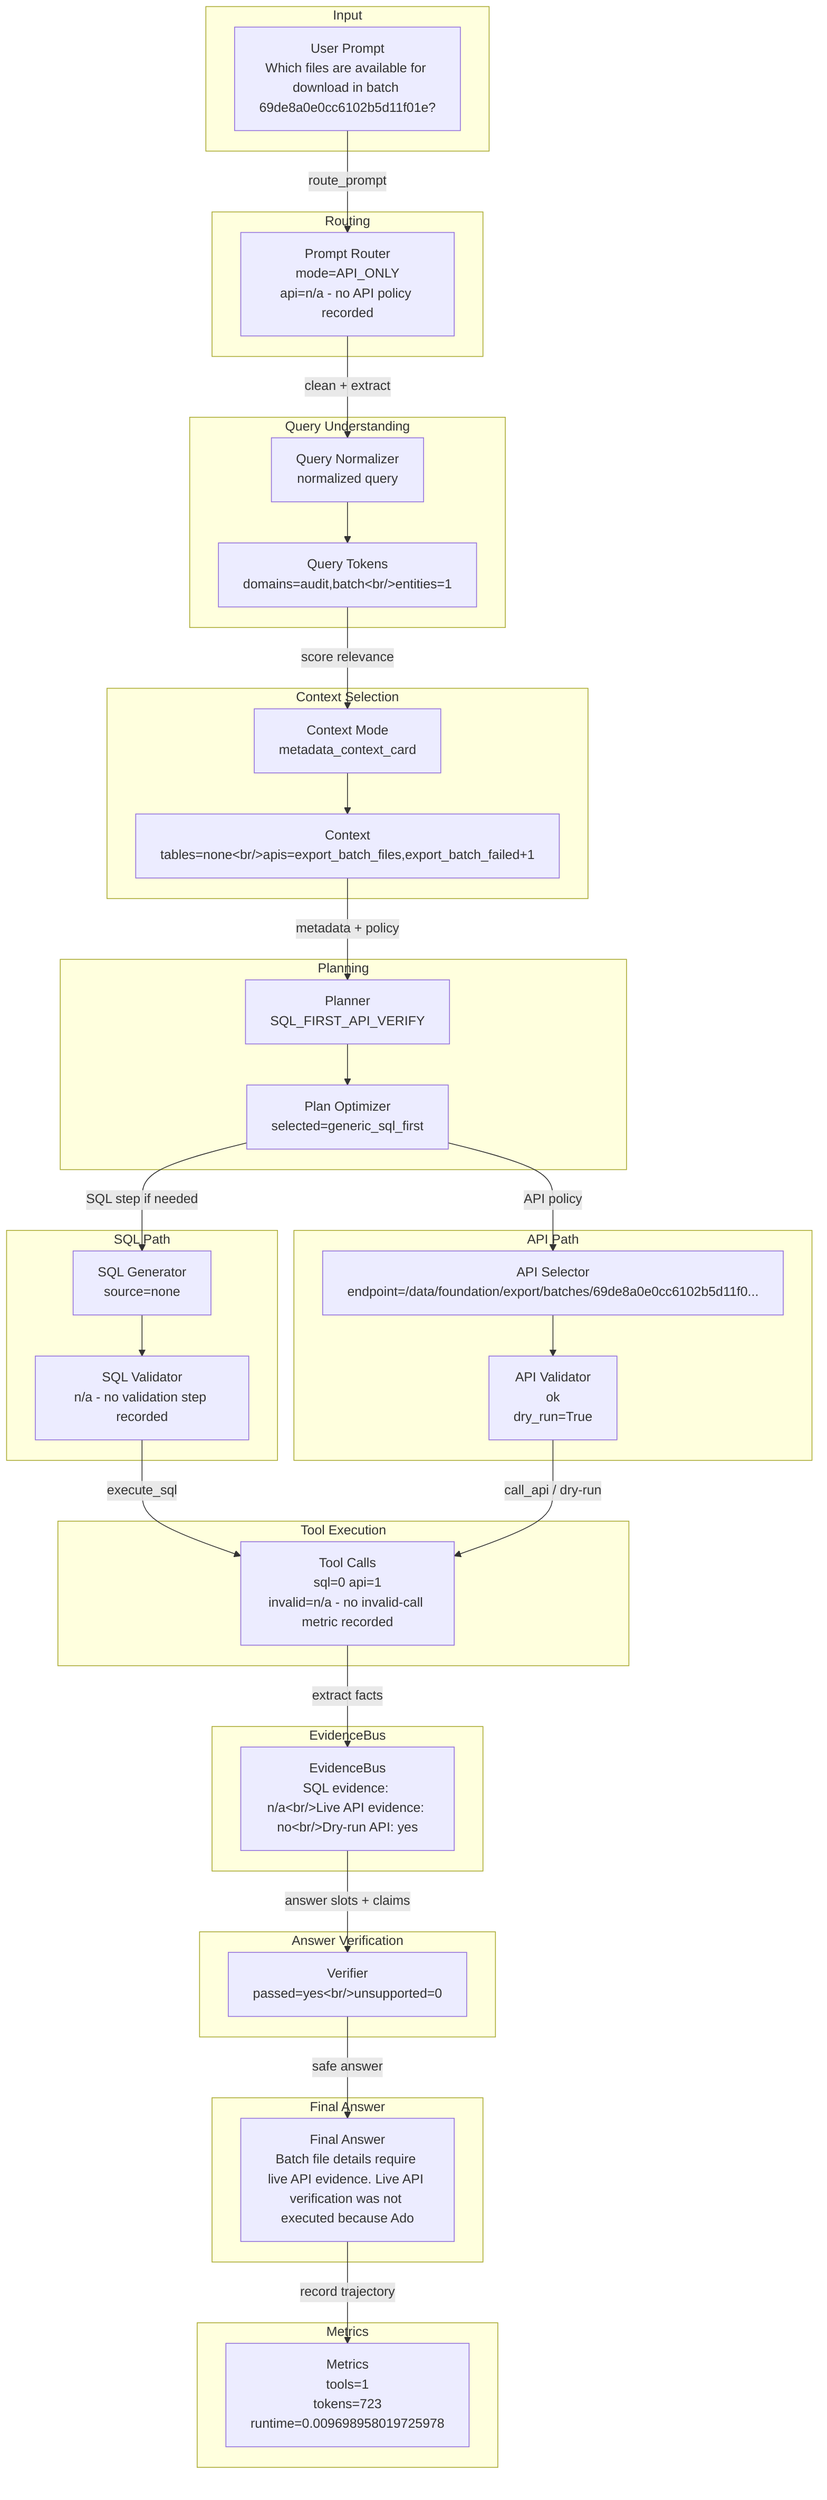
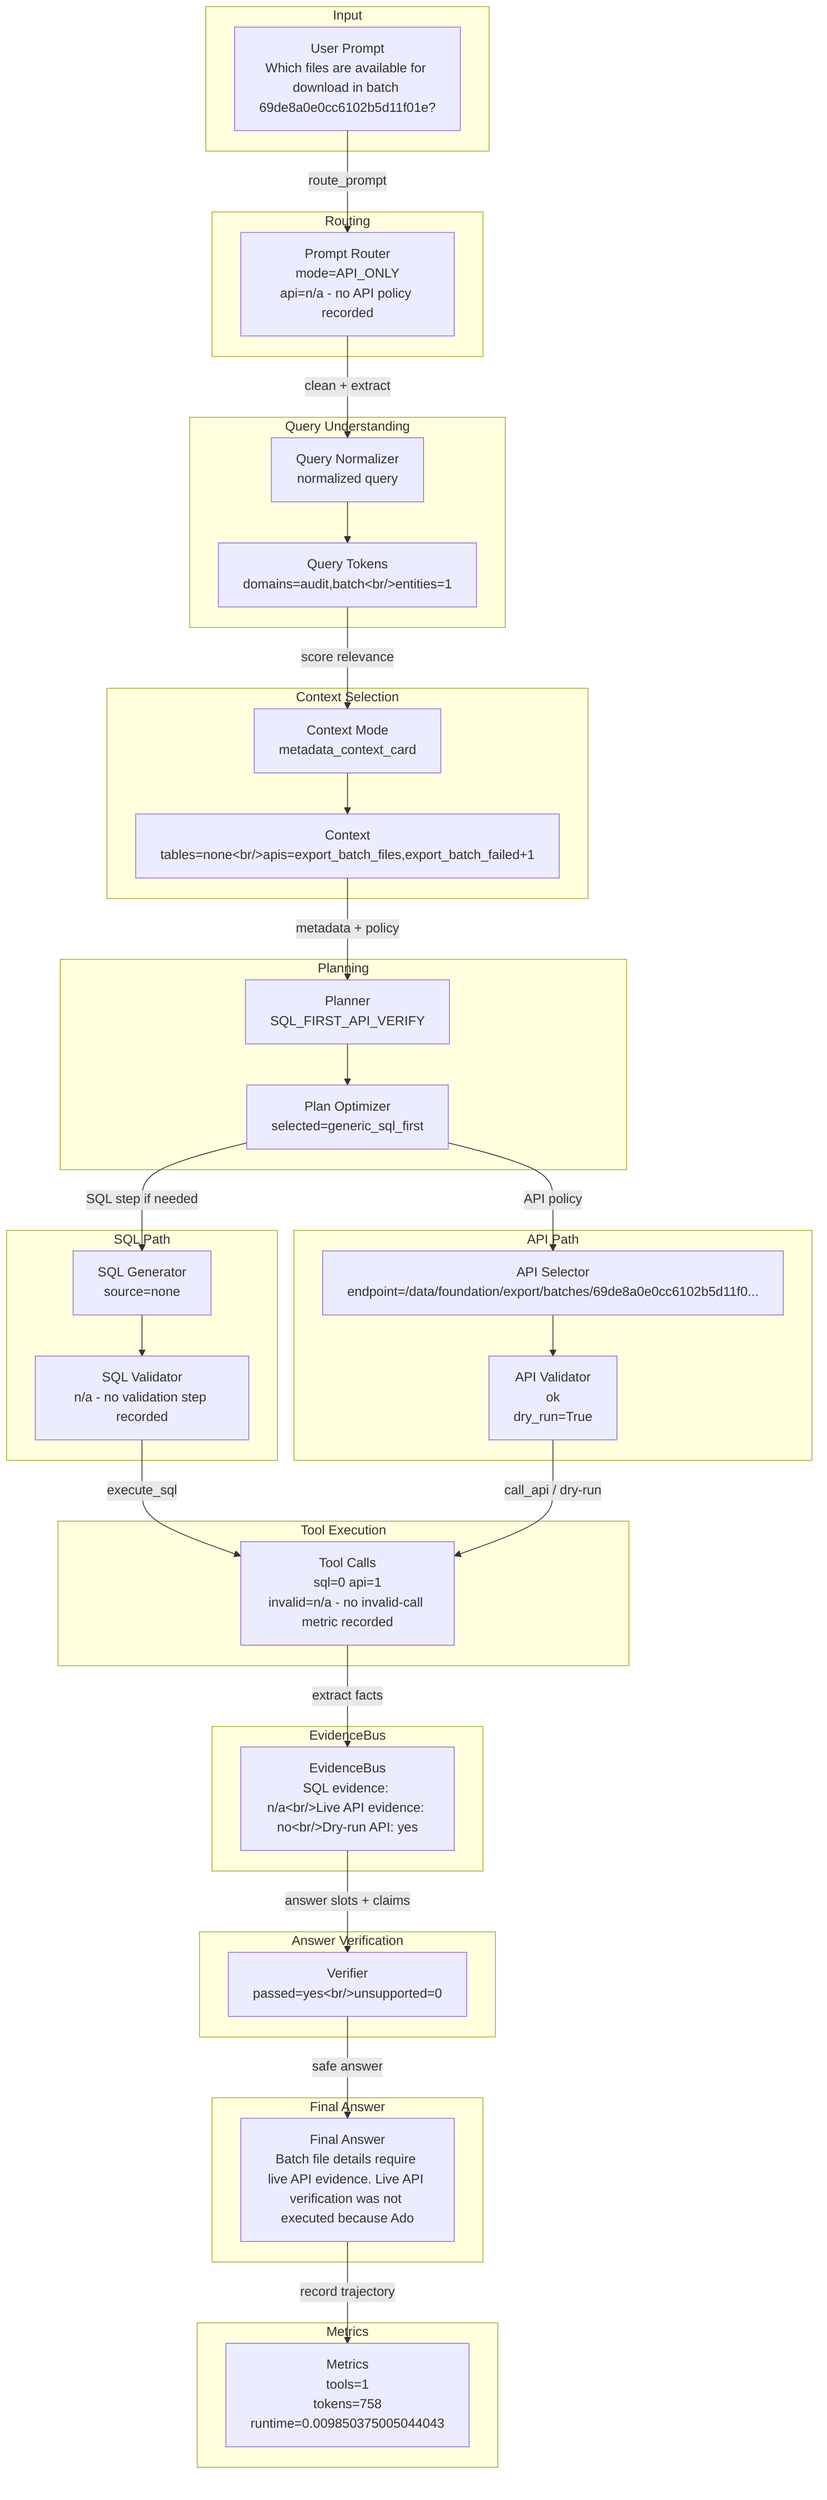
flowchart TD
  subgraph Input
    input_prompt["User Prompt<br/>Which files are available for download in batch 69de8a0e0cc6102b5d11f01e?"]
  end
  subgraph Routing
    router["Prompt Router<br/>mode=API_ONLY<br/>api=n/a - no API policy recorded"]
    input_prompt -->|route_prompt| router
  end
  subgraph QueryUnderstanding["Query Understanding"]
    normalizer["Query Normalizer<br/>normalized query"]
    tokens["Query Tokens<br/>domains=audit,batch&lt;br/&gt;entities=1"]
    router -->|clean + extract| normalizer --> tokens
  end
  subgraph ContextSelection["Context Selection"]
    context["Context Mode<br/>metadata_context_card"]
    candidates["Context<br/>tables=none&lt;br/&gt;apis=export_batch_files,export_batch_failed+1"]
    tokens -->|score relevance| context --> candidates
  end
  subgraph Planning
    planner["Planner<br/>SQL_FIRST_API_VERIFY"]
    optimizer["Plan Optimizer<br/>selected=generic_sql_first"]
    candidates -->|metadata + policy| planner --> optimizer
  end
  subgraph SQLPath["SQL Path"]
    sqlgen["SQL Generator<br/>source=none"]
    sqlval["SQL Validator<br/>n/a - no validation step recorded"]
    optimizer -->|SQL step if needed| sqlgen --> sqlval
  end
  subgraph APIPath["API Path"]
    apisel["API Selector<br/>endpoint=/data/foundation/export/batches/69de8a0e0cc6102b5d11f0..."]
    apival["API Validator<br/>ok<br/>dry_run=True"]
    optimizer -->|API policy| apisel --> apival
  end
  subgraph ToolExecution["Tool Execution"]
    tools["Tool Calls<br/>sql=0 api=1<br/>invalid=n/a - no invalid-call metric recorded"]
    sqlval -->|execute_sql| tools
    apival -->|call_api / dry-run| tools
  end
  subgraph EvidenceBus
    evidence["EvidenceBus<br/>SQL evidence: n/a&lt;br/&gt;Live API evidence: no&lt;br/&gt;Dry-run API: yes"]
    tools -->|extract facts| evidence
  end
  subgraph AnswerVerification["Answer Verification"]
    verifier["Verifier<br/>passed=yes&lt;br/&gt;unsupported=0"]
    evidence -->|answer slots + claims| verifier
  end
  subgraph FinalAnswer["Final Answer"]
    answer["Final Answer<br/>Batch file details require live API evidence. Live API verification was not executed because Ado"]
    verifier -->|safe answer| answer
  end
  subgraph Metrics
-     metrics["Metrics<br/>tools=1<br/>tokens=723<br/>runtime=0.009698958019725978"]
+     metrics["Metrics<br/>tools=1<br/>tokens=758<br/>runtime=0.009850375005044043"]
    answer -->|record trajectory| metrics
  end
